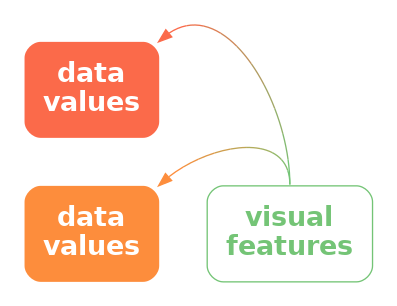
This is Diagrams/ambiguous-decode.png from pmur002/hdvw, a Graphviz export, as it was before one commit. Its source is kept beside it as Diagrams/ambiguous-decode.dot.
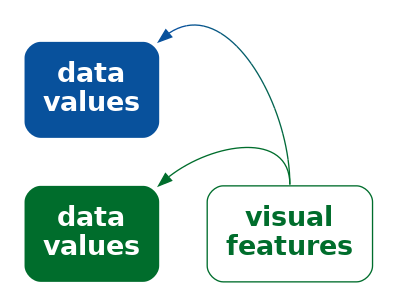
The same file after the commit.

Diff of the diagram source:
```diff
@@ -1,12 +1,12 @@
 digraph {
   graph [ rankdir=LR; margin=.2; nodesep=.5 ];
   node [ fontsize=20; fontname="sans bold"; margin=.2 ];
-  diss [ label="data\nvalues"; shape=box; style="filled, rounded"; penwidth=0; fontcolor=white; fillcolor="#FB6A4A" ]
-  data [ label="data\nvalues"; shape=box; style="filled, rounded"; penwidth=0; fontcolor=white; fillcolor="#FD8D3C" ]
+  diss [ label="data\nvalues"; shape=box; style="filled, rounded"; penwidth=0; fontcolor=white; fillcolor="#08519C" ]
+  data [ label="data\nvalues"; shape=box; style="filled, rounded"; penwidth=0; fontcolor=white; fillcolor="#006D2C" ]
   vis [ label="visual\nfeatures"; shape=box;
-     style="rounded"; color="#74C476"; fontcolor="#74C476" ]
-  data -> vis [ style="bold"; penwidth=1; color="#FD8D3C;0.1:#EE9342;0.1:#DF9949;0.1:#CF9F4F;0.1:#C0A556;0.1:#B1AC5C;0.1:#A2B263;0.1:#92B869;0.1:#83BE70;0.1:#74C476;0.1" ] [ style="invis" ]
-  vis:n -> diss:ne [ style="solid", color="#74C476;0.1:#83BA71;0.1:#92B06C;0.1:#A1A667;0.1:#B09C62;0.1:#BF925E;0.1:#CE8859;0.1:#DD7E54;0.1:#EC744F;0.1:#FB6A4A;0.1" ]
-  vis:n -> data:ne [ style="solid", color="#74C476;0.1:#83BE70;0.1:#92B869;0.1:#A2B263;0.1:#B1AC5C;0.1:#C0A556;0.1:#CF9F4F;0.1:#DF9949;0.1:#EE9342;0.1:#FD8D3C;0.1" ]
+     style="rounded"; color="#006D2C"; fontcolor="#006D2C" ]
+  data -> vis [ style="bold"; penwidth=1; color="#006D2C" ] [ style="invis" ]
+  vis:n -> diss:ne [ style="solid", color="#006D2C;0.1:#016A38;0.1:#026745;0.1:#036451;0.1:#04615E;0.1:#045D6A;0.1:#055A77;0.1:#065783;0.1:#075490;0.1:#08519C;0.1" ]
+  vis:n -> data:ne [ style="solid", color="#006D2C" ]
 { rank=same; data, diss }
 }
```
